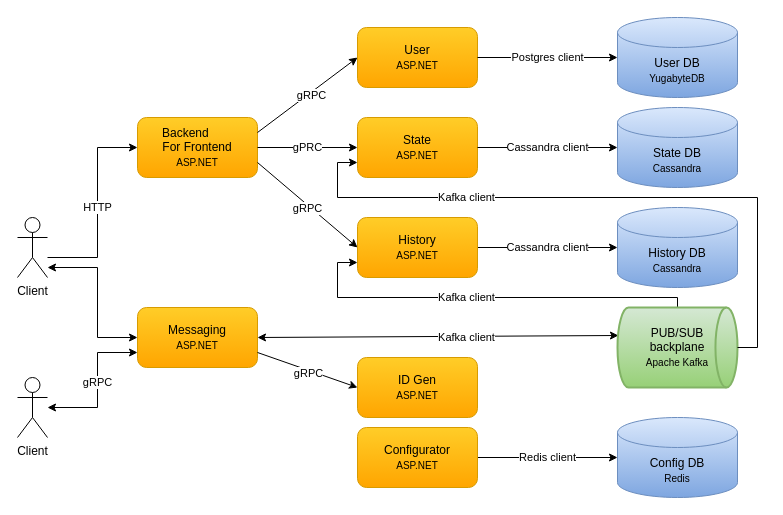
Above: docs/diagrams/cecochat-08-technologies.drawio in cvetomir-todorov/CecoChat (draw.io), before the change. Source tidied: cells renumbered, new cells numbered last; positions are measured from the earlier drawing's top-left corner, leaving out a move shared by most shapes. Both pictures are drawn from the tidied source at 100%, with x=0, y=0 at pixel (17, 17).
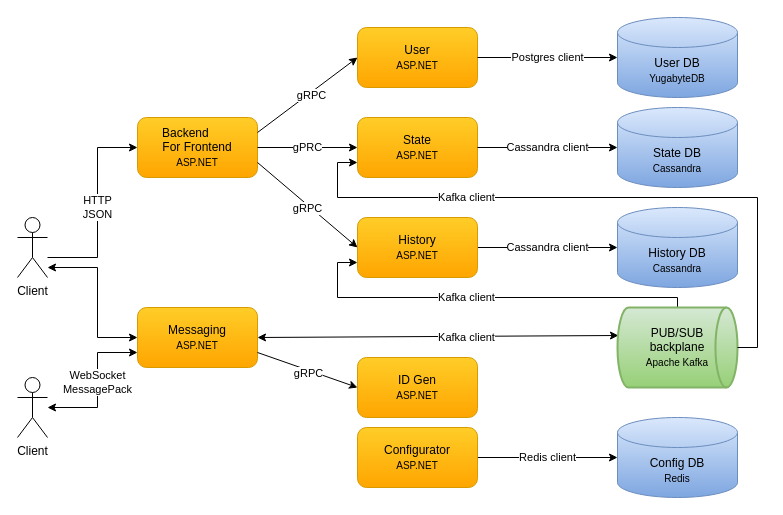
The same diagram, later.

The change refers to these unchanged cells:
```xml
<mxCell id="4" value="Client" style="shape=umlActor;verticalLabelPosition=bottom;verticalAlign=top;html=1;outlineConnect=0;" parent="1" vertex="1">
  <mxGeometry y="200" width="30" height="60" as="geometry" />
</mxCell>
<mxCell id="6" value="Client" style="shape=umlActor;verticalLabelPosition=bottom;verticalAlign=top;html=1;outlineConnect=0;" parent="1" vertex="1">
  <mxGeometry y="360" width="30" height="60" as="geometry" />
</mxCell>
<mxCell id="8" value="&lt;font style=&quot;&quot;&gt;Messaging&lt;br&gt;&lt;font style=&quot;font-size: 10px;&quot;&gt;ASP.NET&lt;/font&gt;&lt;br&gt;&lt;/font&gt;" style="rounded=1;whiteSpace=wrap;html=1;gradientColor=#ffa500;fillColor=#ffcd28;strokeColor=#d79b00;" parent="1" vertex="1">
  <mxGeometry x="120" y="290" width="120" height="60" as="geometry" />
</mxCell>
<mxCell id="19" value="&lt;font style=&quot;&quot;&gt;Backend&amp;nbsp; &amp;nbsp; &amp;nbsp; &amp;nbsp;&lt;br&gt;For Frontend&lt;br&gt;&lt;font style=&quot;font-size: 10px;&quot;&gt;ASP.NET&lt;/font&gt;&lt;br&gt;&lt;/font&gt;" style="rounded=1;whiteSpace=wrap;html=1;gradientColor=#ffa500;fillColor=#ffcd28;strokeColor=#d79b00;" parent="1" vertex="1">
  <mxGeometry x="120" y="100" width="120" height="60" as="geometry" />
</mxCell>
```

Change to the diagram source:
```diff
@@
-    <mxCell id="3" value="HTTP" style="edgeStyle=orthogonalEdgeStyle;rounded=0;jettySize=auto;html=1;entryX=0;entryY=0.5;entryDx=0;entryDy=0;" parent="1" edge="1" source="4" target="19">
+    <mxCell id="3" value="HTTP&lt;br&gt;JSON" style="edgeStyle=orthogonalEdgeStyle;rounded=0;jettySize=auto;html=1;entryX=0;entryY=0.5;entryDx=0;entryDy=0;" parent="1" edge="1" source="4" target="19">
       <mxGeometry relative="1" as="geometry">
         <Array as="points">
           <mxPoint x="80" y="240" />
           <mxPoint x="80" y="130" />
         </Array>
       </mxGeometry>
     </mxCell>
@@
-    <mxCell id="5" value="gRPC" style="edgeStyle=orthogonalEdgeStyle;rounded=0;jettySize=auto;html=1;entryX=0;entryY=0.75;entryDx=0;entryDy=0;startArrow=classic;startFill=1;" parent="1" edge="1" source="6" target="8">
+    <mxCell id="5" value="WebSocket&lt;br&gt;MessagePack" style="edgeStyle=orthogonalEdgeStyle;rounded=0;jettySize=auto;html=1;entryX=0;entryY=0.75;entryDx=0;entryDy=0;startArrow=classic;startFill=1;" parent="1" edge="1" source="6" target="8">
       <mxGeometry x="0.03" relative="1" as="geometry">
         <Array as="points">
           <mxPoint x="80" y="390" />
           <mxPoint x="80" y="335" />
         </Array>
       </mxGeometry>
     </mxCell>
```
